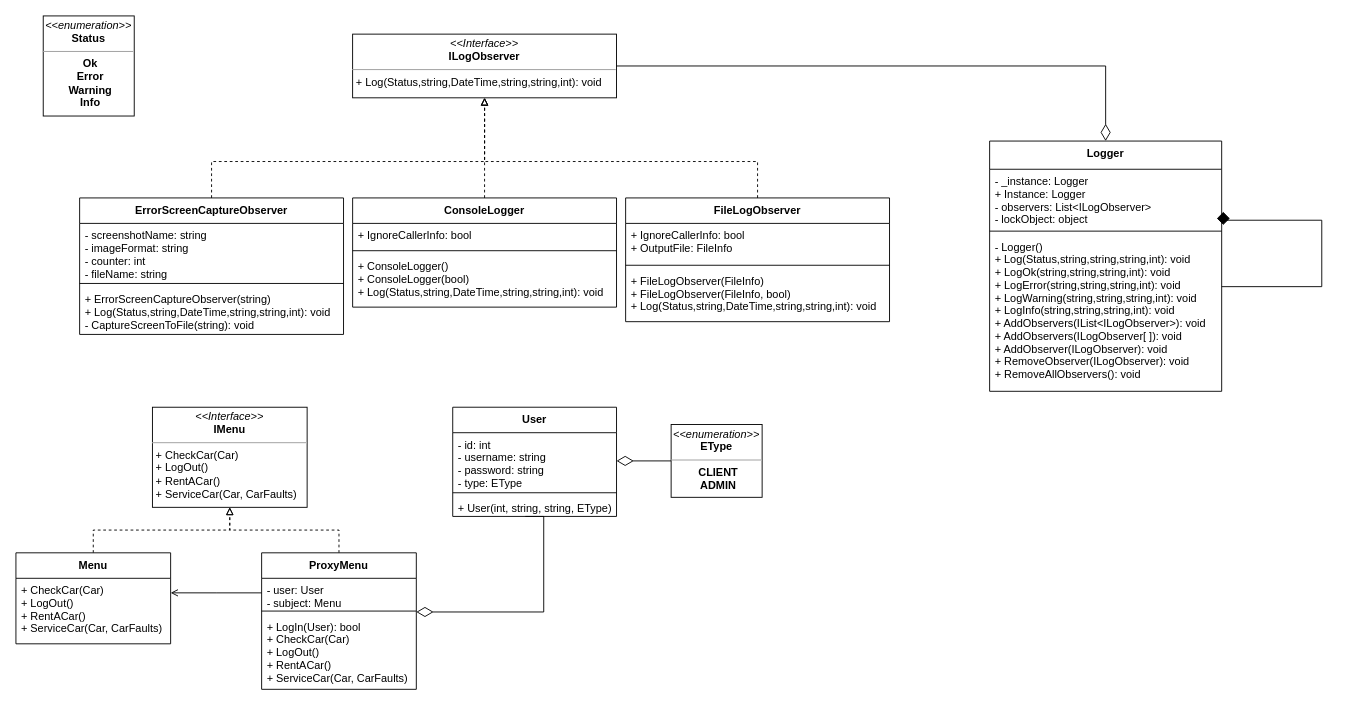
Earlier version of the draw.io diagram Diagram/diagram.drawio (Radu-Lucian/DesignPatterns). Source tidied: cells renumbered, new cells numbered last; positions are measured from the earlier drawing's top-left corner, leaving out a move shared by most shapes. Both pictures are drawn from the tidied source at 91%, with x=0, y=0 at pixel (15, 15).
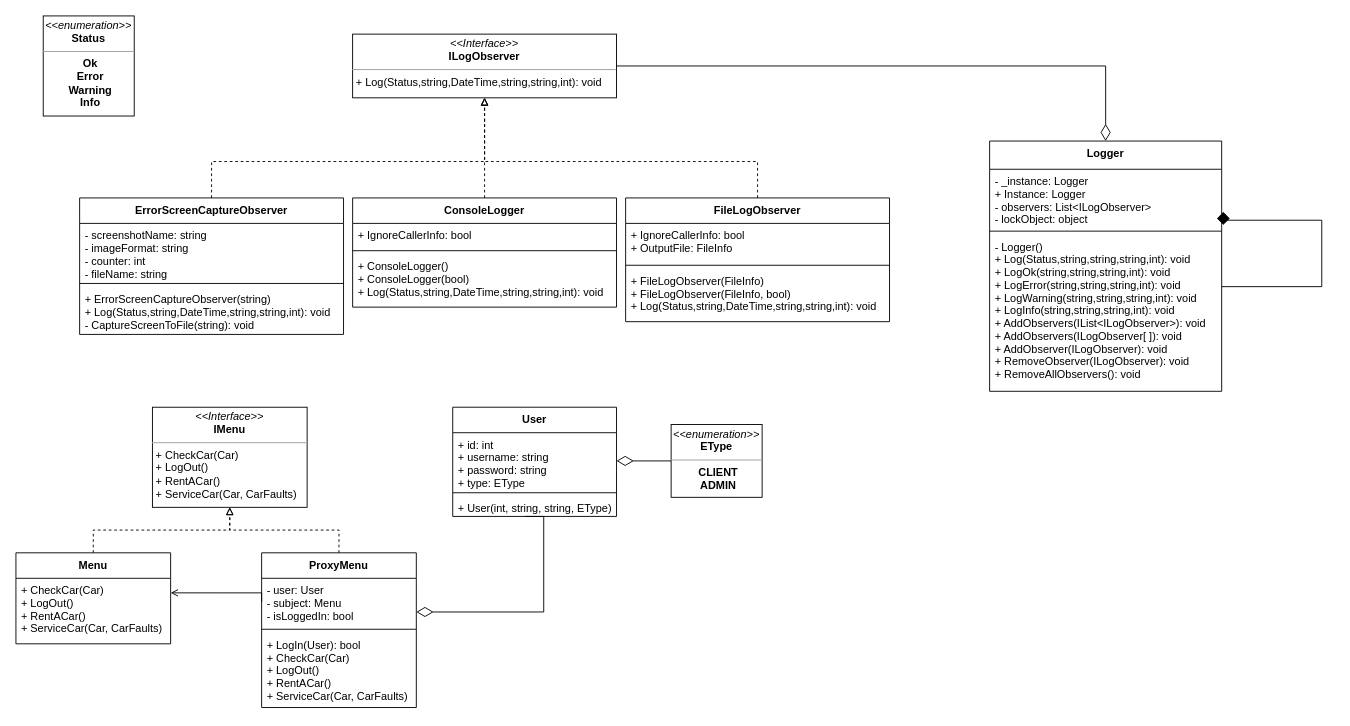
The same diagram, later.

Commit message (it also covers changes not shown here):
Added property IsLoggedIn to ProxyMenu class and updated diagram.

Unchanged cells that the change refers to:
```xml
<mxCell id="36" value="User" style="swimlane;fontStyle=1;align=center;verticalAlign=top;horizontal=1;startSize=28;strokeColor=#000000;" parent="1" vertex="1">
  <mxGeometry x="480" y="430" width="180" height="120" as="geometry" />
</mxCell>
```

The edit, as a diff of the source:
```diff
@@
     <mxCell id="31" value="ProxyMenu" style="swimlane;fontStyle=1;align=center;verticalAlign=top;horizontal=1;startSize=28;strokeColor=#000000;" parent="1" vertex="1">
-      <mxGeometry x="270" y="590" width="170" height="150" as="geometry" />
+      <mxGeometry x="270" y="590" width="170" height="170" as="geometry" />
     </mxCell>
-    <mxCell id="32" value="- user: User&#10;- subject: Menu" style="text;strokeColor=none;fillColor=none;align=left;verticalAlign=top;spacingLeft=4;spacingRight=4;overflow=hidden;points=[[0,0.5],[1,0.5]];portConstraint=eastwest;" parent="31" vertex="1">
-      <mxGeometry y="28" width="170" height="32" as="geometry" />
+    <mxCell id="32" value="- user: User&#10;- subject: Menu&#10;- isLoggedIn: bool" style="text;strokeColor=none;fillColor=none;align=left;verticalAlign=top;spacingLeft=4;spacingRight=4;overflow=hidden;points=[[0,0.5],[1,0.5]];portConstraint=eastwest;" parent="31" vertex="1">
+      <mxGeometry y="28" width="170" height="52" as="geometry" />
     </mxCell>
     <mxCell id="33" style="line;strokeWidth=1;fillColor=none;align=left;verticalAlign=middle;spacingTop=-1;spacingLeft=3;spacingRight=3;labelPosition=right;" parent="31" vertex="1">
-      <mxGeometry y="60" width="170" height="8" as="geometry" />
+      <mxGeometry y="80" width="170" height="8" as="geometry" />
     </mxCell>
     <mxCell id="34" value="+ LogIn(User): bool&#10;+ CheckCar(Car)&#10;+ LogOut() &#10;+ RentACar()&#10;+ ServiceCar(Car, CarFaults)" style="text;strokeColor=none;fillColor=none;align=left;verticalAlign=top;spacingLeft=4;spacingRight=4;overflow=hidden;" parent="31" vertex="1">
-      <mxGeometry y="68" width="170" height="82" as="geometry" />
+      <mxGeometry y="88" width="170" height="82" as="geometry" />
     </mxCell>
@@
-    <mxCell id="37" value="- id: int&#10;- username: string&#10;- password: string&#10;- type: EType" style="text;strokeColor=none;fillColor=none;align=left;verticalAlign=top;spacingLeft=4;spacingRight=4;overflow=hidden;points=[[0,0.5],[1,0.5]];portConstraint=eastwest;" parent="36" vertex="1">
+    <mxCell id="37" value="+ id: int&#10;+ username: string&#10;+ password: string&#10;+ type: EType" style="text;strokeColor=none;fillColor=none;align=left;verticalAlign=top;spacingLeft=4;spacingRight=4;overflow=hidden;points=[[0,0.5],[1,0.5]];portConstraint=eastwest;" parent="36" vertex="1">
       <mxGeometry y="28" width="180" height="62" as="geometry" />
     </mxCell>
```
